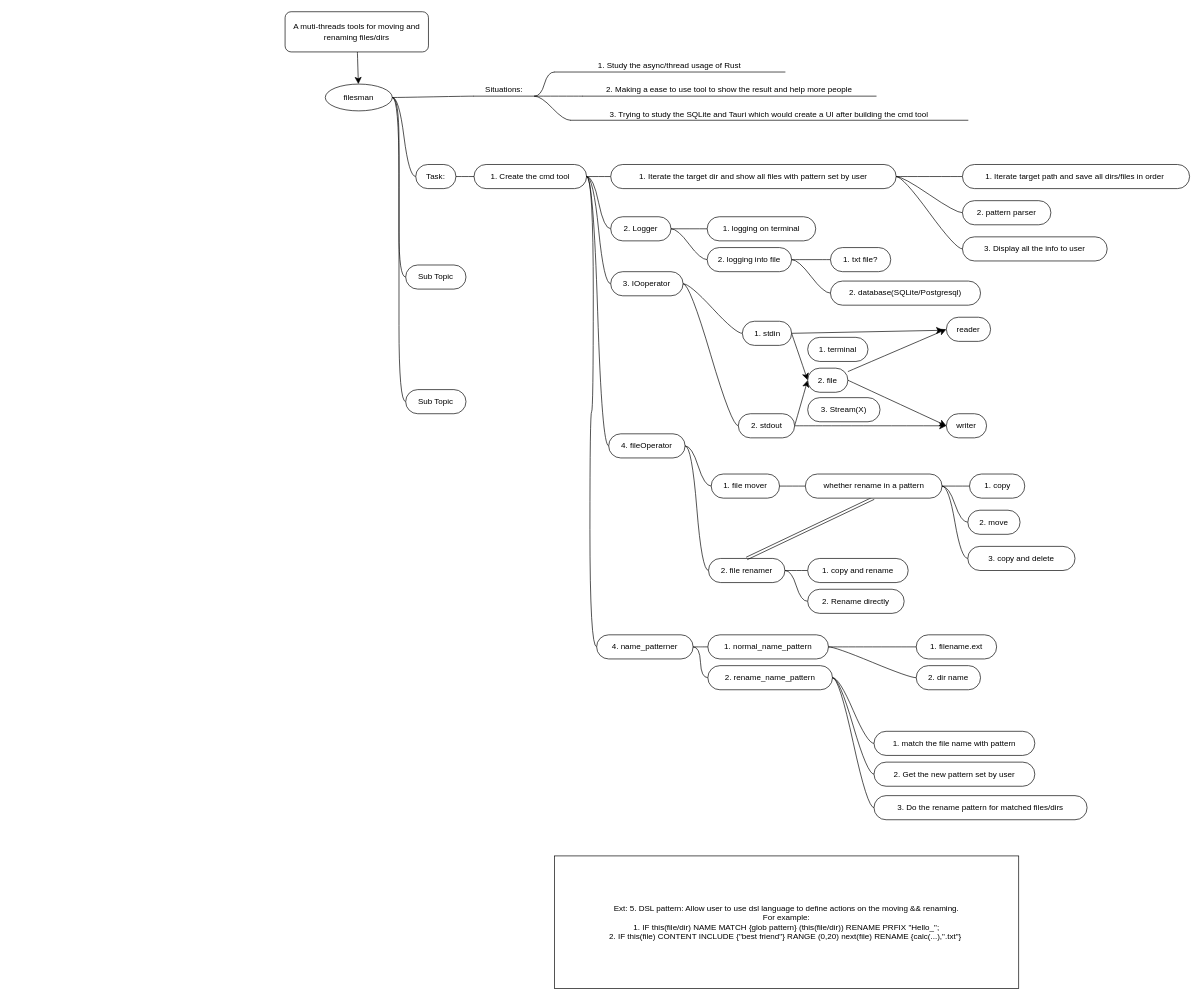
Above: filesman.drawio in YuniqueUnic/drawioDiagrams (draw.io), before the change. Source tidied: cells renumbered, new cells numbered last; positions are measured from the earlier drawing's top-left corner, leaving out a move shared by most shapes. Both pictures are drawn from the tidied source at 67%, with x=0, y=0 at pixel (285, 11).
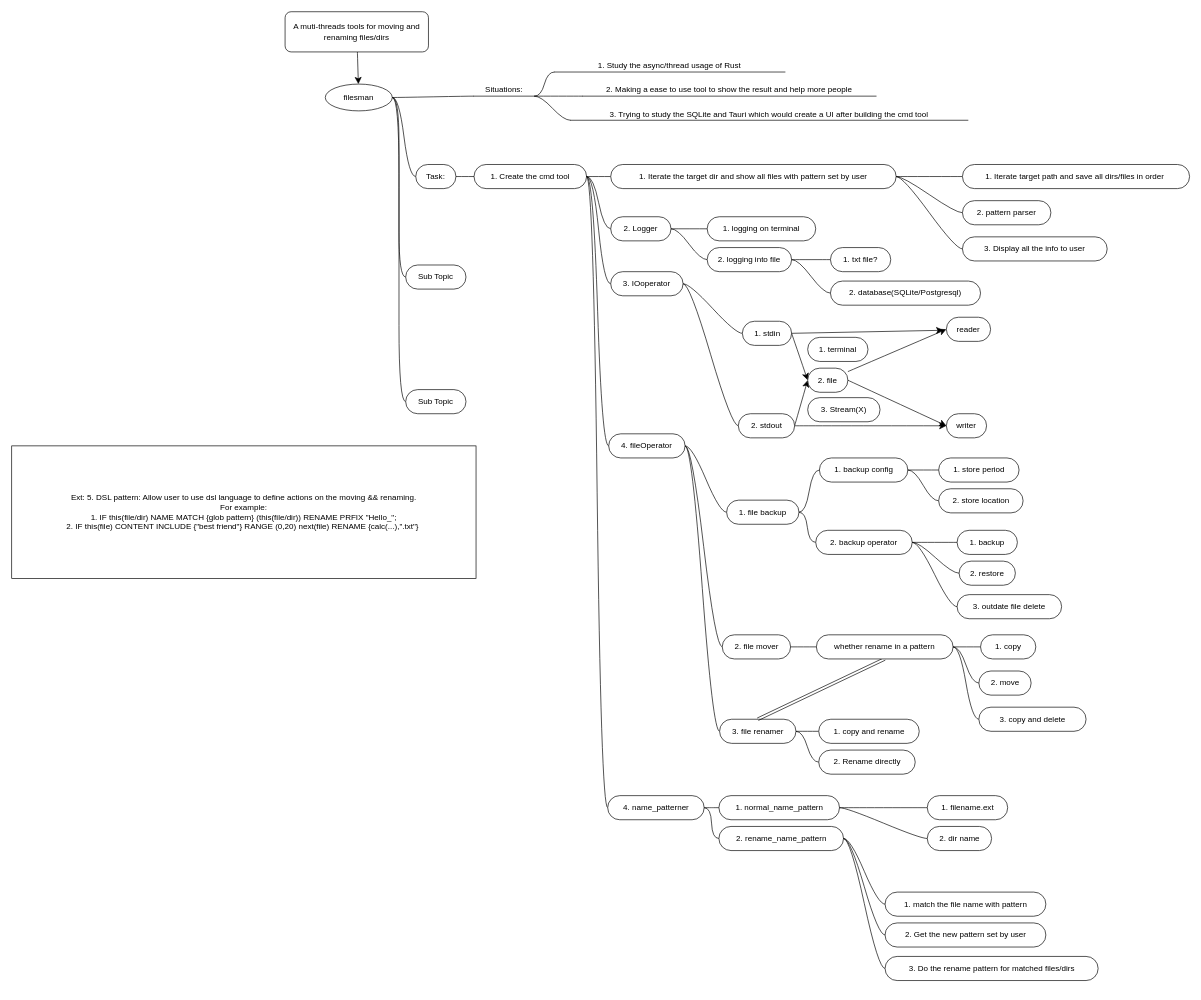
The same diagram, later.

Unchanged cells that the change refers to:
```xml
<mxCell id="58" value="4. fileOperator" style="whiteSpace=wrap;html=1;rounded=1;arcSize=50;align=center;verticalAlign=middle;strokeWidth=1;spacing=4;" parent="1" vertex="1">
  <mxGeometry x="483" y="630" width="114" height="36" as="geometry" />
</mxCell>
```

The edit, as a diff of the source:
```diff
@@
-    <mxCell id="60" value="1. file mover" style="whiteSpace=wrap;html=1;rounded=1;arcSize=50;align=center;verticalAlign=middle;strokeWidth=1;spacing=4;" parent="1" vertex="1">
-      <mxGeometry x="636" y="690" width="102" height="36" as="geometry" />
+    <mxCell id="60" value="2. file mover" style="whiteSpace=wrap;html=1;rounded=1;arcSize=50;align=center;verticalAlign=middle;strokeWidth=1;spacing=4;" parent="1" vertex="1">
+      <mxGeometry x="652.5" y="930" width="102" height="36" as="geometry" />
     </mxCell>
@@
-    <mxCell id="62" value="2. file renamer" style="whiteSpace=wrap;html=1;rounded=1;arcSize=50;align=center;verticalAlign=middle;strokeWidth=1;spacing=4;" parent="1" vertex="1">
-      <mxGeometry x="632" y="816" width="114" height="36" as="geometry" />
+    <mxCell id="62" value="3. file renamer" style="whiteSpace=wrap;html=1;rounded=1;arcSize=50;align=center;verticalAlign=middle;strokeWidth=1;spacing=4;" parent="1" vertex="1">
+      <mxGeometry x="648.5" y="1056" width="114" height="36" as="geometry" />
     </mxCell>
@@
     <mxCell id="65" value="whether rename in a pattern" style="whiteSpace=wrap;html=1;rounded=1;arcSize=50;align=center;verticalAlign=middle;strokeWidth=1;spacing=4;" parent="1" vertex="1">
-      <mxGeometry x="776.5" y="690" width="204" height="36" as="geometry" />
+      <mxGeometry x="793" y="930" width="204" height="36" as="geometry" />
     </mxCell>
@@
     <mxCell id="67" value="1. copy and rename" style="whiteSpace=wrap;html=1;rounded=1;arcSize=50;align=center;verticalAlign=middle;strokeWidth=1;spacing=4;" parent="1" vertex="1">
-      <mxGeometry x="780" y="816" width="150" height="36" as="geometry" />
+      <mxGeometry x="796.5" y="1056" width="150" height="36" as="geometry" />
     </mxCell>
@@
     <mxCell id="69" value="2. Rename directly" style="whiteSpace=wrap;html=1;rounded=1;arcSize=50;align=center;verticalAlign=middle;strokeWidth=1;spacing=4;" parent="1" vertex="1">
-      <mxGeometry x="780" y="862" width="144" height="36" as="geometry" />
+      <mxGeometry x="796.5" y="1102" width="144" height="36" as="geometry" />
     </mxCell>
@@
     <mxCell id="71" value="1. copy" style="whiteSpace=wrap;html=1;rounded=1;arcSize=50;align=center;verticalAlign=middle;strokeWidth=1;spacing=4;" parent="1" vertex="1">
-      <mxGeometry x="1021.5" y="690" width="82.5" height="36" as="geometry" />
+      <mxGeometry x="1038" y="930" width="82.5" height="36" as="geometry" />
     </mxCell>
@@
     <mxCell id="73" value="2. move" style="whiteSpace=wrap;html=1;rounded=1;arcSize=50;align=center;verticalAlign=middle;strokeWidth=1;spacing=4;" parent="1" vertex="1">
-      <mxGeometry x="1019" y="744" width="78" height="36" as="geometry" />
+      <mxGeometry x="1035.5" y="984" width="78" height="36" as="geometry" />
     </mxCell>
@@
     <mxCell id="75" value="3. copy and delete" style="whiteSpace=wrap;html=1;rounded=1;arcSize=50;align=center;verticalAlign=middle;strokeWidth=1;spacing=4;" parent="1" vertex="1">
-      <mxGeometry x="1019" y="798" width="160" height="36" as="geometry" />
+      <mxGeometry x="1035.5" y="1038" width="160" height="36" as="geometry" />
     </mxCell>
@@
     <mxCell id="77" value="4. name_patterner" style="whiteSpace=wrap;html=1;rounded=1;arcSize=50;align=center;verticalAlign=middle;strokeWidth=1;spacing=4;" parent="1" vertex="1">
-      <mxGeometry x="465" y="930" width="144" height="36" as="geometry" />
+      <mxGeometry x="481.5" y="1170" width="144" height="36" as="geometry" />
     </mxCell>
@@
     <mxCell id="79" value="1. normal_name_pattern" style="whiteSpace=wrap;html=1;rounded=1;arcSize=50;align=center;verticalAlign=middle;strokeWidth=1;spacing=4;" parent="1" vertex="1">
-      <mxGeometry x="631" y="930" width="180" height="36" as="geometry" />
+      <mxGeometry x="647.5" y="1170" width="180" height="36" as="geometry" />
     </mxCell>
@@
     <mxCell id="81" value="2. rename_name_pattern" style="whiteSpace=wrap;html=1;rounded=1;arcSize=50;align=center;verticalAlign=middle;strokeWidth=1;spacing=4;" parent="1" vertex="1">
-      <mxGeometry x="631" y="976" width="186" height="36" as="geometry" />
+      <mxGeometry x="647.5" y="1216" width="186" height="36" as="geometry" />
     </mxCell>
@@
     <mxCell id="83" value="1. match the file name with pattern" style="whiteSpace=wrap;html=1;rounded=1;arcSize=50;align=center;verticalAlign=middle;strokeWidth=1;spacing=4;" parent="1" vertex="1">
-      <mxGeometry x="879" y="1074" width="240" height="36" as="geometry" />
+      <mxGeometry x="895.5" y="1314" width="240" height="36" as="geometry" />
     </mxCell>
@@
     <mxCell id="85" value="2. Get the new pattern set by user" style="whiteSpace=wrap;html=1;rounded=1;arcSize=50;align=center;verticalAlign=middle;strokeWidth=1;spacing=4;" parent="1" vertex="1">
-      <mxGeometry x="879" y="1120" width="240" height="36" as="geometry" />
+      <mxGeometry x="895.5" y="1360" width="240" height="36" as="geometry" />
     </mxCell>
@@
     <mxCell id="87" value="3. Do the rename pattern for matched files/dirs" style="whiteSpace=wrap;html=1;rounded=1;arcSize=50;align=center;verticalAlign=middle;strokeWidth=1;spacing=4;" parent="1" vertex="1">
-      <mxGeometry x="879" y="1170" width="318" height="36" as="geometry" />
+      <mxGeometry x="895.5" y="1410" width="318" height="36" as="geometry" />
     </mxCell>
@@
     <mxCell id="89" value="1. filename.ext" style="whiteSpace=wrap;html=1;rounded=1;arcSize=50;align=center;verticalAlign=middle;strokeWidth=1;spacing=4;" parent="1" vertex="1">
-      <mxGeometry x="942" y="930" width="120" height="36" as="geometry" />
+      <mxGeometry x="958.5" y="1170" width="120" height="36" as="geometry" />
     </mxCell>
@@
     <mxCell id="91" value="2. dir name" style="whiteSpace=wrap;html=1;rounded=1;arcSize=50;align=center;verticalAlign=middle;strokeWidth=1;spacing=4;" parent="1" vertex="1">
-      <mxGeometry x="942" y="976" width="96" height="36" as="geometry" />
+      <mxGeometry x="958.5" y="1216" width="96" height="36" as="geometry" />
     </mxCell>
     <mxCell id="92" value="Ext: 5. DSL pattern: Allow user to use dsl language to define actions on the moving &amp;amp;&amp;amp; renaming.&lt;br&gt;&lt;div&gt;For example:&lt;/div&gt;&lt;div&gt;1. IF this(file/dir) NAME MATCH&amp;nbsp;&lt;span style=&quot;background-color: initial;&quot;&gt;{glob pattern} (this(file/dir))&amp;nbsp;&lt;/span&gt;&lt;span style=&quot;background-color: initial;&quot;&gt;RENAME&amp;nbsp;&lt;/span&gt;&lt;span style=&quot;background-color: initial;&quot;&gt;PRFIX &quot;Hello_&quot;;&lt;/span&gt;&lt;/div&gt;&lt;div&gt;&lt;span style=&quot;background-color: initial;&quot;&gt;2. IF &lt;/span&gt;&lt;span style=&quot;background-color: initial;&quot;&gt;this(file&lt;/span&gt;&lt;span style=&quot;background-color: initial;&quot;&gt;) CONTENT INCLUDE {&lt;/span&gt;&lt;span style=&quot;background-color: initial;&quot;&gt;&quot;best friend&quot;&lt;/span&gt;&lt;span style=&quot;background-color: initial;&quot;&gt;} RANGE (0,20) next(file) RENAME {calc(...),&quot;.txt&quot;}&amp;nbsp;&lt;/span&gt;&lt;/div&gt;" style="rounded=0;whiteSpace=wrap;html=1;" parent="1" vertex="1">
-      <mxGeometry x="402" y="1260" width="693" height="198" as="geometry" />
+      <mxGeometry x="-408" y="648" width="693" height="198" as="geometry" />
     </mxCell>
+    <mxCell id="93" style="edgeStyle=entityRelationEdgeStyle;startArrow=none;endArrow=none;segment=10;curved=1;fontSize=12;startSize=8;endSize=8;" parent="1" edge="1" source="58" target="94">
+      <mxGeometry relative="1" as="geometry" />
+    </mxCell>
+    <mxCell id="94" value="1. file backup" style="whiteSpace=wrap;html=1;rounded=1;arcSize=50;align=center;verticalAlign=middle;strokeWidth=1;spacing=4;" parent="1" vertex="1">
+      <mxGeometry x="659" y="729" width="108" height="36" as="geometry" />
+    </mxCell>
+    <mxCell id="95" style="edgeStyle=entityRelationEdgeStyle;startArrow=none;endArrow=none;segment=10;curved=1;fontSize=12;startSize=8;endSize=8;" parent="1" edge="1" source="94" target="96">
+      <mxGeometry relative="1" as="geometry" />
+    </mxCell>
+    <mxCell id="96" value="1. backup config" style="whiteSpace=wrap;html=1;rounded=1;arcSize=50;align=center;verticalAlign=middle;strokeWidth=1;spacing=4;" parent="1" vertex="1">
+      <mxGeometry x="797.5" y="666" width="132" height="36" as="geometry" />
+    </mxCell>
+    <mxCell id="97" style="edgeStyle=entityRelationEdgeStyle;startArrow=none;endArrow=none;segment=10;curved=1;fontSize=12;startSize=8;endSize=8;" parent="1" edge="1" source="96" target="98">
+      <mxGeometry relative="1" as="geometry" />
+    </mxCell>
+    <mxCell id="98" value="1. store period" style="whiteSpace=wrap;html=1;rounded=1;arcSize=50;align=center;verticalAlign=middle;strokeWidth=1;spacing=4;" parent="1" vertex="1">
+      <mxGeometry x="975.5" y="666" width="120" height="36" as="geometry" />
+    </mxCell>
+    <mxCell id="99" style="edgeStyle=entityRelationEdgeStyle;startArrow=none;endArrow=none;segment=10;curved=1;fontSize=12;startSize=8;endSize=8;" parent="1" edge="1" source="96" target="100">
+      <mxGeometry relative="1" as="geometry" />
+    </mxCell>
+    <mxCell id="100" value="2. store location" style="whiteSpace=wrap;html=1;rounded=1;arcSize=50;align=center;verticalAlign=middle;strokeWidth=1;spacing=4;" parent="1" vertex="1">
+      <mxGeometry x="975.5" y="712" width="126" height="36" as="geometry" />
+    </mxCell>
+    <mxCell id="101" style="edgeStyle=entityRelationEdgeStyle;startArrow=none;endArrow=none;segment=10;curved=1;fontSize=12;startSize=8;endSize=8;" parent="1" edge="1" source="94" target="102">
+      <mxGeometry relative="1" as="geometry" />
+    </mxCell>
+    <mxCell id="102" value="2. backup operator" style="whiteSpace=wrap;html=1;rounded=1;arcSize=50;align=center;verticalAlign=middle;strokeWidth=1;spacing=4;" parent="1" vertex="1">
+      <mxGeometry x="792" y="774" width="144" height="36" as="geometry" />
+    </mxCell>
+    <mxCell id="103" style="edgeStyle=entityRelationEdgeStyle;startArrow=none;endArrow=none;segment=10;curved=1;fontSize=12;startSize=8;endSize=8;" parent="1" edge="1" source="102" target="104">
+      <mxGeometry relative="1" as="geometry" />
+    </mxCell>
+    <mxCell id="104" value="1. backup" style="whiteSpace=wrap;html=1;rounded=1;arcSize=50;align=center;verticalAlign=middle;strokeWidth=1;spacing=4;" parent="1" vertex="1">
+      <mxGeometry x="1003" y="774" width="90" height="36" as="geometry" />
+    </mxCell>
+    <mxCell id="105" style="edgeStyle=entityRelationEdgeStyle;startArrow=none;endArrow=none;segment=10;curved=1;fontSize=12;startSize=8;endSize=8;" parent="1" edge="1" source="102" target="106">
+      <mxGeometry relative="1" as="geometry" />
+    </mxCell>
+    <mxCell id="106" value="2. restore" style="whiteSpace=wrap;html=1;rounded=1;arcSize=50;align=center;verticalAlign=middle;strokeWidth=1;spacing=4;" parent="1" vertex="1">
+      <mxGeometry x="1006" y="820" width="84" height="36" as="geometry" />
+    </mxCell>
+    <mxCell id="107" style="edgeStyle=entityRelationEdgeStyle;startArrow=none;endArrow=none;segment=10;curved=1;fontSize=12;startSize=8;endSize=8;" parent="1" edge="1" source="102" target="108">
+      <mxGeometry relative="1" as="geometry" />
+    </mxCell>
+    <mxCell id="108" value="3. outdate file delete" style="whiteSpace=wrap;html=1;rounded=1;arcSize=50;align=center;verticalAlign=middle;strokeWidth=1;spacing=4;" parent="1" vertex="1">
+      <mxGeometry x="1003" y="870" width="156" height="36" as="geometry" />
+    </mxCell>
```
